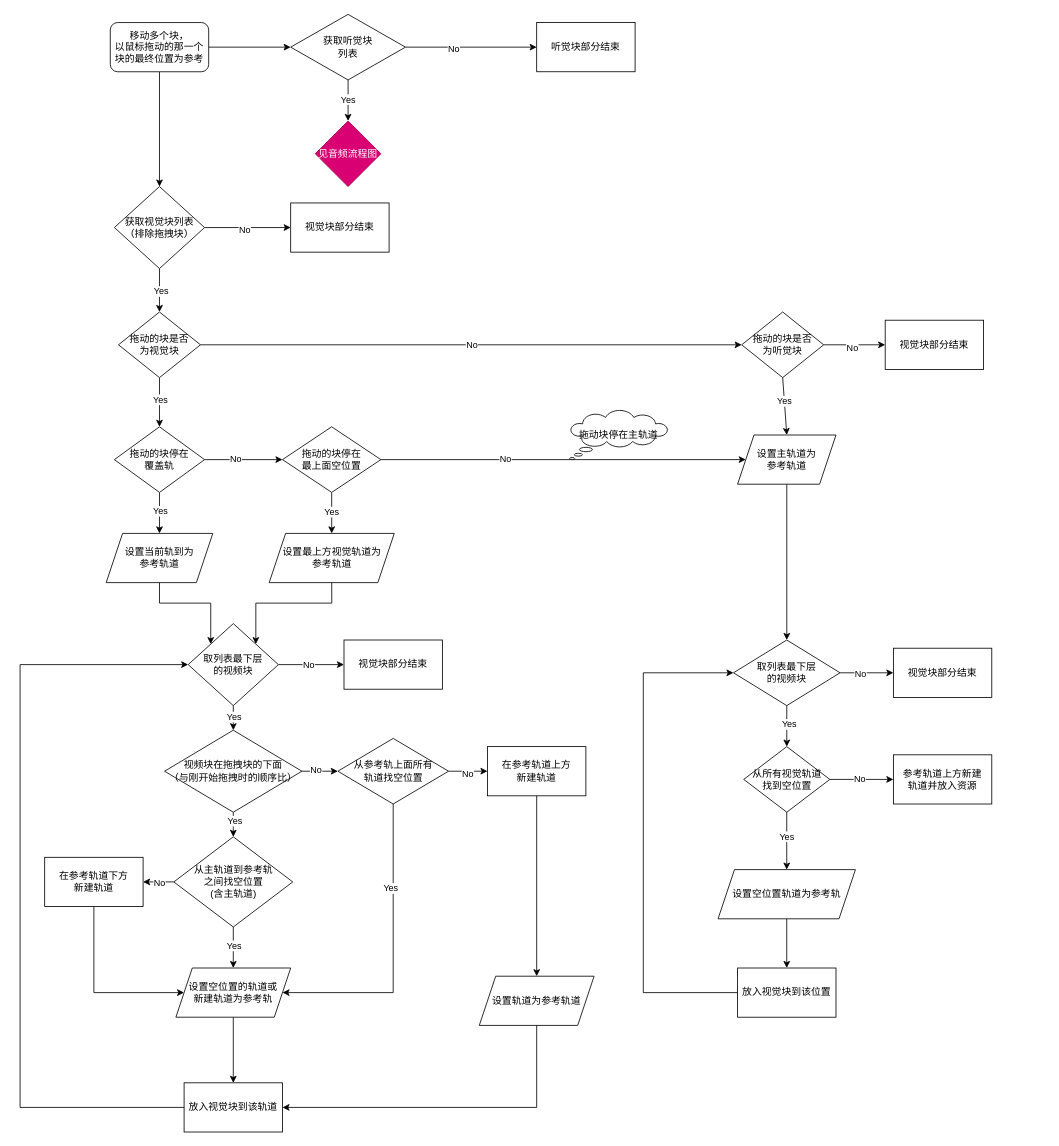
macfanr/drawio keeps this draw.io diagram as page "多块移动-视觉块" (4 of 5) of drag flow.drawio. Above is the earlier version. Source tidied: cells renumbered, new cells numbered last; positions are measured from the earlier drawing's top-left corner, leaving out a move shared by most shapes. Both pictures are drawn from the tidied source at 82%, with x=0, y=0 at pixel (20, 14).
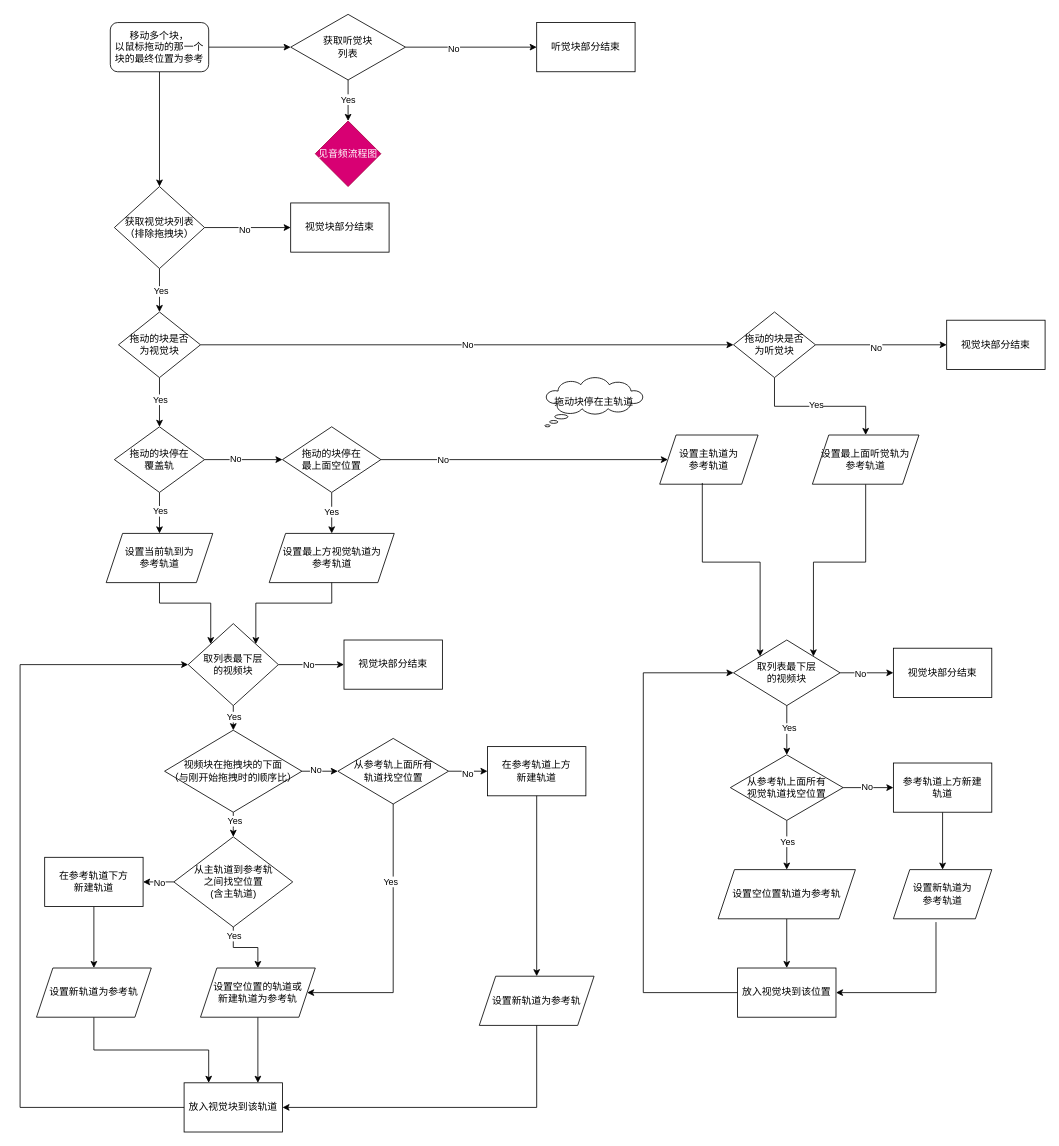
The same diagram, later.

The change refers to these unchanged cells:
```xml
<mxCell id="29" value="取列表最下层&lt;br&gt;的视频块" style="rhombus;whiteSpace=wrap;html=1;rounded=0;" parent="1" vertex="1">
  <mxGeometry x="870" y="763" width="130" height="80" as="geometry" />
</mxCell>
<mxCell id="36" value="放入视觉块到该位置" style="whiteSpace=wrap;html=1;rounded=0;" parent="1" vertex="1">
  <mxGeometry x="875" y="1163" width="120" height="60" as="geometry" />
</mxCell>
<mxCell id="52" style="edgeStyle=orthogonalEdgeStyle;rounded=0;jettySize=auto;html=1;endArrow=classic;endFill=1;" parent="1" edge="1" source="56" target="58">
  <mxGeometry relative="1" as="geometry" />
</mxCell>
<mxCell id="59" value="&lt;span&gt;放入视觉块到该轨道&lt;/span&gt;" style="whiteSpace=wrap;html=1;rounded=0;" parent="1" vertex="1">
  <mxGeometry x="200" y="1303" width="120" height="60" as="geometry" />
</mxCell>
<mxCell id="78" value="&lt;span&gt;拖动的块停在&lt;/span&gt;&lt;br&gt;&lt;span&gt;最上面空位置&lt;/span&gt;" style="rhombus;whiteSpace=wrap;html=1;rounded=0;" parent="1" vertex="1">
  <mxGeometry x="320" y="503" width="120" height="80" as="geometry" />
</mxCell>
<mxCell id="93" value="&lt;span&gt;在参考轨道下方&lt;/span&gt;&lt;br&gt;&lt;span&gt;新建轨道&lt;/span&gt;" style="whiteSpace=wrap;html=1;rounded=0;" parent="1" vertex="1">
  <mxGeometry x="30" y="1028" width="120" height="60" as="geometry" />
</mxCell>
```

Diff of the diagram source:
```diff
@@
+    <mxCell id="39" style="edgeStyle=orthogonalEdgeStyle;rounded=0;jettySize=auto;html=1;" parent="1" edge="1" source="24" target="38">
+      <mxGeometry relative="1" as="geometry" />
+    </mxCell>
+    <mxCell id="40" value="Yes" style="edgeLabel;html=1;align=center;verticalAlign=middle;" parent="39" vertex="1">
+      <mxGeometry x="-0.06" y="2" relative="1" as="geometry" />
+    </mxCell>
     <mxCell id="24" value="拖动的块是否&lt;br&gt;为听觉块" style="rhombus;whiteSpace=wrap;html=1;rounded=0;" parent="1" vertex="1">
-      <mxGeometry x="880" y="363" width="100" height="80" as="geometry" />
+      <mxGeometry x="870" y="363" width="100" height="80" as="geometry" />
     </mxCell>
@@
-    <mxCell id="35" value="从所有视觉轨道&lt;br&gt;找到空位置" style="rhombus;whiteSpace=wrap;html=1;rounded=0;" parent="1" vertex="1">
-      <mxGeometry x="882.5" y="893" width="105" height="80" as="geometry" />
+    <mxCell id="35" value="从参考轨上面所有&lt;br&gt;视觉轨道找空位置" style="rhombus;whiteSpace=wrap;html=1;rounded=0;" parent="1" vertex="1">
+      <mxGeometry x="866.2" y="903" width="137.5" height="80" as="geometry" />
     </mxCell>
@@
-    <mxCell id="37" style="edgeStyle=orthogonalEdgeStyle;rounded=0;jettySize=auto;html=1;endArrow=classic;endFill=1;" parent="1" edge="1" source="38" target="29">
+    <mxCell id="37" style="edgeStyle=orthogonalEdgeStyle;rounded=0;jettySize=auto;html=1;endArrow=classic;endFill=1;entryX=1;entryY=0;entryDx=0;entryDy=0;" parent="1" edge="1" source="38" target="29">
       <mxGeometry relative="1" as="geometry" />
     </mxCell>
-    <mxCell id="38" value="设置主轨道为&lt;br&gt;参考轨道" style="shape=parallelogram;perimeter=parallelogramPerimeter;whiteSpace=wrap;html=1;fixedSize=1;rounded=0;" parent="1" vertex="1">
-      <mxGeometry x="875" y="513" width="120" height="60" as="geometry" />
+    <mxCell id="38" value="设置最上面听觉轨为&lt;br&gt;参考轨道" style="shape=parallelogram;perimeter=parallelogramPerimeter;whiteSpace=wrap;html=1;fixedSize=1;rounded=0;" parent="1" vertex="1">
+      <mxGeometry x="966.2" y="513" width="130" height="60" as="geometry" />
     </mxCell>
-    <mxCell id="39" style="endArrow=classic;html=1;rounded=0;exitX=0.5;exitY=1;exitDx=0;exitDy=0;entryX=0.5;entryY=0;entryDx=0;entryDy=0;" parent="1" edge="1" source="24" target="38">
-      <mxGeometry relative="1" as="geometry" />
-    </mxCell>
-    <mxCell id="40" value="Yes" style="edgeLabel;html=1;align=center;verticalAlign=middle;" parent="39" vertex="1">
-      <mxGeometry x="-0.21" relative="1" as="geometry">
-        <mxPoint y="1" as="offset" />
-      </mxGeometry>
-    </mxCell>
@@
+    <mxCell id="95" style="edgeStyle=orthogonalEdgeStyle;rounded=0;jettySize=auto;html=1;" parent="1" edge="1" source="43" target="101">
+      <mxGeometry relative="1" as="geometry" />
+    </mxCell>
-    <mxCell id="43" value="&lt;span&gt;参考轨道上方新建&lt;br&gt;轨道并放入资源&lt;br&gt;&lt;/span&gt;" style="whiteSpace=wrap;html=1;rounded=0;" parent="1" vertex="1">
-      <mxGeometry x="1065" y="903" width="120" height="60" as="geometry" />
+    <mxCell id="43" value="&lt;span&gt;参考轨道上方新建&lt;br&gt;轨道&lt;br&gt;&lt;/span&gt;" style="whiteSpace=wrap;html=1;rounded=0;" parent="1" vertex="1">
+      <mxGeometry x="1065" y="913" width="120" height="60" as="geometry" />
     </mxCell>
     <mxCell id="44" value="视觉块部分结束" style="whiteSpace=wrap;html=1;rounded=0;" parent="1" vertex="1">
-      <mxGeometry x="1055" y="373" width="120" height="60" as="geometry" />
+      <mxGeometry x="1130" y="373" width="120" height="60" as="geometry" />
     </mxCell>
@@
     <mxCell id="53" value="Yes" style="edgeLabel;html=1;align=center;verticalAlign=middle;" parent="52" vertex="1">
-      <mxGeometry x="-0.13" relative="1" as="geometry" />
+      <mxGeometry x="-0.13" relative="1" as="geometry">
+        <mxPoint x="-10" y="-15" as="offset" />
+      </mxGeometry>
     </mxCell>
@@
-    <mxCell id="57" style="edgeStyle=orthogonalEdgeStyle;rounded=0;jettySize=auto;html=1;endArrow=classic;endFill=1;" parent="1" edge="1" source="58" target="59">
+    <mxCell id="57" style="edgeStyle=orthogonalEdgeStyle;rounded=0;jettySize=auto;html=1;endArrow=classic;endFill=1;entryX=0.75;entryY=0;entryDx=0;entryDy=0;" parent="1" edge="1" source="58" target="59">
       <mxGeometry relative="1" as="geometry" />
     </mxCell>
     <mxCell id="58" value="设置空位置的轨道或&lt;br&gt;新建轨道为参考轨" style="shape=parallelogram;perimeter=parallelogramPerimeter;whiteSpace=wrap;html=1;fixedSize=1;rounded=0;" parent="1" vertex="1">
-      <mxGeometry x="190" y="1163" width="140" height="60" as="geometry" />
+      <mxGeometry x="220" y="1163" width="140" height="60" as="geometry" />
     </mxCell>
@@
-    <mxCell id="73" value="设置轨道为参考轨道" style="shape=parallelogram;perimeter=parallelogramPerimeter;whiteSpace=wrap;html=1;fixedSize=1;rounded=0;" parent="1" vertex="1">
+    <mxCell id="73" value="设置新轨道为参考轨" style="shape=parallelogram;perimeter=parallelogramPerimeter;whiteSpace=wrap;html=1;fixedSize=1;rounded=0;" parent="1" vertex="1">
       <mxGeometry x="560" y="1173" width="140" height="60" as="geometry" />
     </mxCell>
@@
+    <mxCell id="96" style="edgeStyle=orthogonalEdgeStyle;rounded=0;jettySize=auto;html=1;entryX=0;entryY=0.5;entryDx=0;entryDy=0;" parent="1" edge="1" source="78" target="98">
+      <mxGeometry relative="1" as="geometry" />
+    </mxCell>
+    <mxCell id="82" value="No" style="edgeLabel;html=1;align=center;verticalAlign=middle;" parent="96" vertex="1">
+      <mxGeometry x="-0.57" y="1" relative="1" as="geometry">
+        <mxPoint y="1" as="offset" />
+      </mxGeometry>
+    </mxCell>
@@
-    <mxCell id="79" style="group;" parent="1" vertex="1">
-      <mxGeometry x="670" y="483" width="120" height="60" as="geometry" />
-    </mxCell>
-    <mxCell id="80" style="group;" parent="79" vertex="1">
-      <mxGeometry width="120" height="60" as="geometry" />
-    </mxCell>
-    <mxCell id="81" style="endArrow=classic;html=1;rounded=0;exitX=1;exitY=0.5;exitDx=0;exitDy=0;entryX=0;entryY=0.5;entryDx=0;entryDy=0;" parent="80" edge="1" source="78" target="38">
-      <mxGeometry relative="1" as="geometry" />
-    </mxCell>
-    <mxCell id="82" value="No" style="edgeLabel;html=1;align=center;verticalAlign=middle;" parent="81" vertex="1">
-      <mxGeometry x="-0.32" y="2" relative="1" as="geometry">
-        <mxPoint y="1" as="offset" />
-      </mxGeometry>
-    </mxCell>
-    <mxCell id="83" value="拖动块停在主轨道" style="whiteSpace=wrap;html=1;shape=mxgraph.basic.cloud_callout;rounded=0;" parent="80" vertex="1">
-      <mxGeometry width="120" height="60" as="geometry" />
-    </mxCell>
@@
+    <mxCell id="97" style="edgeStyle=orthogonalEdgeStyle;rounded=0;jettySize=auto;html=1;" parent="1" edge="1" source="93" target="103">
+      <mxGeometry relative="1" as="geometry" />
+    </mxCell>
@@
-    <mxCell id="94" style="endArrow=classic;html=1;rounded=0;entryX=0;entryY=0.5;entryDx=0;entryDy=0;exitX=0.5;exitY=1;exitDx=0;exitDy=0;" parent="1" edge="1" source="93" target="58">
-      <mxGeometry relative="1" as="geometry">
-        <Array as="points">
-          <mxPoint x="90" y="1193" />
-        </Array>
-      </mxGeometry>
-    </mxCell>
+    <mxCell id="83" value="拖动块停在主轨道" style="whiteSpace=wrap;html=1;shape=mxgraph.basic.cloud_callout;rounded=0;" parent="1" vertex="1">
+      <mxGeometry x="640" y="443" width="120" height="60" as="geometry" />
+    </mxCell>
+    <mxCell id="98" value="设置主轨道为&lt;br&gt;参考轨道" style="shape=parallelogram;perimeter=parallelogramPerimeter;whiteSpace=wrap;html=1;fixedSize=1;rounded=0;" parent="1" vertex="1">
+      <mxGeometry x="780" y="513" width="120" height="60" as="geometry" />
+    </mxCell>
+    <mxCell id="99" style="edgeStyle=orthogonalEdgeStyle;rounded=0;jettySize=auto;html=1;exitX=0.433;exitY=0.975;exitDx=0;exitDy=0;exitPerimeter=0;entryX=0;entryY=0;entryDx=0;entryDy=0;" parent="1" edge="1" source="98" target="29">
+      <mxGeometry relative="1" as="geometry" />
+    </mxCell>
+    <mxCell id="100" style="edgeStyle=orthogonalEdgeStyle;rounded=0;jettySize=auto;html=1;entryX=1;entryY=0.5;entryDx=0;entryDy=0;exitX=0.433;exitY=1.067;exitDx=0;exitDy=0;exitPerimeter=0;" parent="1" edge="1" source="101" target="36">
+      <mxGeometry relative="1" as="geometry">
+        <Array as="points">
+          <mxPoint x="1117" y="1193" />
+        </Array>
+      </mxGeometry>
+    </mxCell>
+    <mxCell id="101" value="设置新轨道为&lt;br&gt;参考轨道" style="shape=parallelogram;perimeter=parallelogramPerimeter;whiteSpace=wrap;html=1;fixedSize=1;rounded=0;" parent="1" vertex="1">
+      <mxGeometry x="1065" y="1043" width="120" height="60" as="geometry" />
+    </mxCell>
+    <mxCell id="102" style="edgeStyle=orthogonalEdgeStyle;rounded=0;jettySize=auto;html=1;entryX=0.25;entryY=0;entryDx=0;entryDy=0;" parent="1" edge="1" source="103" target="59">
+      <mxGeometry relative="1" as="geometry">
+        <Array as="points">
+          <mxPoint x="90" y="1263" />
+          <mxPoint x="230" y="1263" />
+        </Array>
+      </mxGeometry>
+    </mxCell>
+    <mxCell id="103" value="设置新轨道为参考轨" style="shape=parallelogram;perimeter=parallelogramPerimeter;whiteSpace=wrap;html=1;fixedSize=1;rounded=0;" parent="1" vertex="1">
+      <mxGeometry x="20" y="1163" width="140" height="60" as="geometry" />
+    </mxCell>
```
